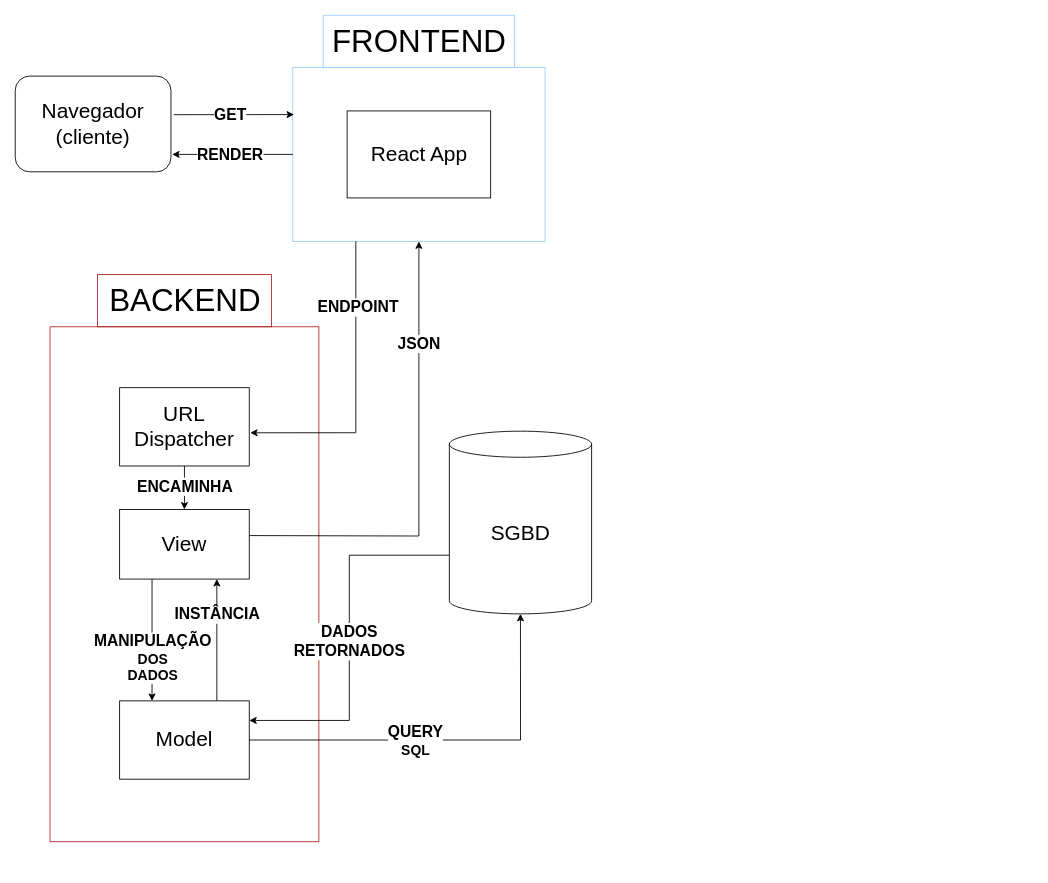
Lleusxam/caderneta-virtual keeps this draw.io diagram as docs/cvv-arquitetura.drawio. Above is the earlier version. Source tidied: cells renumbered, new cells numbered last; positions are measured from the earlier drawing's top-left corner, leaving out a move shared by most shapes. Both pictures are drawn from the tidied source at 87%, with x=0, y=0 at pixel (15, 15).
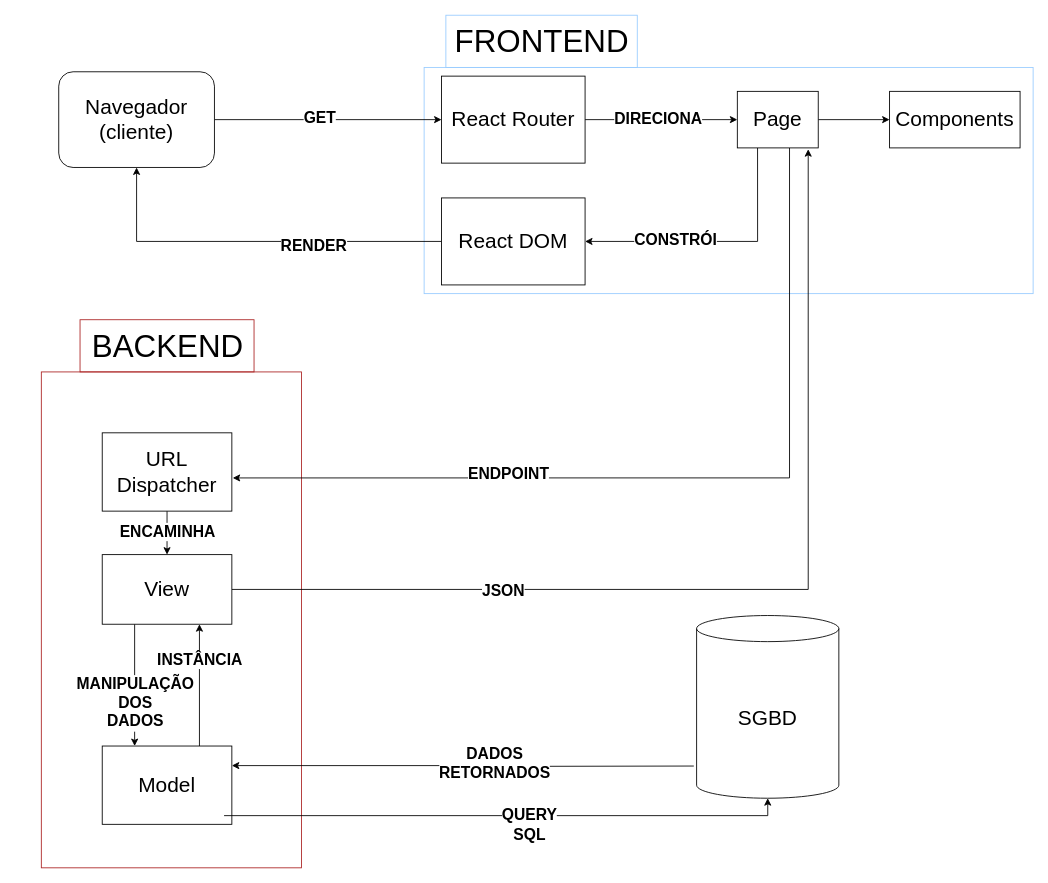
The same diagram, later.

Commit message (it also covers changes not shown here):
docs: reconstrução do diagrama arquitetural

The change refers to these unchanged cells:
```xml
<mxCell id="9" style="edgeStyle=orthogonalEdgeStyle;rounded=0;jettySize=auto;html=1;exitX=0.25;exitY=1;exitDx=0;exitDy=0;entryX=0.25;entryY=0;entryDx=0;entryDy=0;" parent="1" edge="1" source="13" target="16">
  <mxGeometry relative="1" as="geometry" />
</mxCell>
```

The edit, as a diff of the source:
```diff
@@
     <mxCell id="2" style="rounded=0;whiteSpace=wrap;html=1;strokeColor=#AC2525;" parent="1" vertex="1">
-      <mxGeometry x="40" y="358.1" width="309" height="591.9" as="geometry" />
+      <mxGeometry x="30" y="410" width="299" height="570" as="geometry" />
     </mxCell>
     <mxCell id="3" style="rounded=0;whiteSpace=wrap;html=1;strokeColor=#99CCFF;" parent="1" vertex="1">
-      <mxGeometry x="319" y="60" width="290" height="200" as="geometry" />
+      <mxGeometry x="470" y="60" width="700" height="260" as="geometry" />
     </mxCell>
+    <mxCell id="30" style="edgeStyle=orthogonalEdgeStyle;rounded=0;jettySize=auto;html=1;" parent="1" edge="1" source="4" target="5">
+      <mxGeometry relative="1" as="geometry" />
+    </mxCell>
+    <mxCell id="24" value="&lt;b&gt;&lt;font style=&quot;font-size: 18px;&quot;&gt;GET&lt;/font&gt;&lt;/b&gt;" style="edgeLabel;html=1;align=center;verticalAlign=middle;" parent="30" vertex="1">
+      <mxGeometry x="-0.08" y="3" relative="1" as="geometry" />
+    </mxCell>
     <mxCell id="4" value="&lt;span style=&quot;font-size: 24px;&quot;&gt;Navegador (cliente)&lt;/span&gt;" style="rounded=1;whiteSpace=wrap;html=1;" parent="1" vertex="1">
-      <mxGeometry y="70" width="179" height="110" as="geometry" />
+      <mxGeometry x="50" y="65" width="179" height="110" as="geometry" />
     </mxCell>
+    <mxCell id="31" style="edgeStyle=orthogonalEdgeStyle;rounded=0;jettySize=auto;html=1;entryX=0;entryY=0.5;entryDx=0;entryDy=0;" parent="1" edge="1" source="5" target="34">
+      <mxGeometry relative="1" as="geometry" />
+    </mxCell>
-    <mxCell id="5" value="&lt;font style=&quot;font-size: 24px;&quot;&gt;React App&lt;/font&gt;" style="rounded=0;whiteSpace=wrap;html=1;" parent="1" vertex="1">
-      <mxGeometry x="381.5" y="110" width="165" height="100" as="geometry" />
+    <mxCell id="5" value="&lt;span style=&quot;font-size: 24px;&quot;&gt;React Router&lt;/span&gt;" style="rounded=0;whiteSpace=wrap;html=1;" parent="1" vertex="1">
+      <mxGeometry x="490" y="70" width="165" height="100" as="geometry" />
     </mxCell>
@@
     <mxCell id="8" value="&lt;font style=&quot;font-size: 24px;&quot;&gt;URL Dispatcher&lt;/font&gt;" style="rounded=0;whiteSpace=wrap;html=1;fontStyle=0;" parent="1" vertex="1">
-      <mxGeometry x="120" y="428.1" width="149" height="90" as="geometry" />
+      <mxGeometry x="100" y="480" width="149" height="90" as="geometry" />
     </mxCell>
@@
-    <mxCell id="10" value="&lt;font style=&quot;font-size: 18px;&quot;&gt;MANIPULAÇÃO&lt;/font&gt;&lt;div&gt;&lt;font size=&quot;3&quot;&gt;DOS&lt;/font&gt;&lt;/div&gt;&lt;div&gt;&lt;font size=&quot;3&quot;&gt;DADOS&lt;/font&gt;&lt;/div&gt;" style="edgeLabel;html=1;align=center;verticalAlign=middle;fontStyle=1;" parent="9" vertex="1">
+    <mxCell id="10" value="&lt;span style=&quot;font-size: 18px;&quot;&gt;MANIPULAÇÃO&lt;/span&gt;&lt;div&gt;&lt;span style=&quot;font-size: 18px;&quot;&gt;DOS&lt;/span&gt;&lt;/div&gt;&lt;div&gt;&lt;span style=&quot;font-size: 18px;&quot;&gt;DADOS&lt;/span&gt;&lt;/div&gt;" style="edgeLabel;html=1;align=center;verticalAlign=middle;fontStyle=1;" parent="9" vertex="1">
       <mxGeometry x="-0.31" relative="1" as="geometry">
         <mxPoint y="42" as="offset" />
       </mxGeometry>
     </mxCell>
-    <mxCell id="11" style="edgeStyle=orthogonalEdgeStyle;rounded=0;jettySize=auto;html=1;entryX=0.5;entryY=1;entryDx=0;entryDy=0;" parent="1" edge="1" target="3">
-      <mxGeometry relative="1" as="geometry">
-        <mxPoint x="269" y="598.1" as="sourcePoint" />
-      </mxGeometry>
+    <mxCell id="11" style="edgeStyle=orthogonalEdgeStyle;rounded=0;jettySize=auto;html=1;entryX=0.876;entryY=1.024;entryDx=0;entryDy=0;exitX=1;exitY=0.5;exitDx=0;exitDy=0;entryPerimeter=0;" parent="1" edge="1" source="13" target="34">
+      <mxGeometry relative="1" as="geometry" />
     </mxCell>
     <mxCell id="12" value="&lt;font style=&quot;font-size: 18px;&quot;&gt;JSON&lt;/font&gt;" style="edgeLabel;html=1;align=center;verticalAlign=middle;fontStyle=1;" parent="11" vertex="1">
-      <mxGeometry x="0.56" y="1" relative="1" as="geometry" />
+      <mxGeometry x="0.56" y="1" relative="1" as="geometry">
+        <mxPoint x="-350" y="250" as="offset" />
+      </mxGeometry>
     </mxCell>
     <mxCell id="13" value="&lt;font style=&quot;font-size: 24px;&quot;&gt;View&lt;/font&gt;" style="rounded=0;whiteSpace=wrap;html=1;" parent="1" vertex="1">
-      <mxGeometry x="120" y="568.1" width="149" height="80" as="geometry" />
+      <mxGeometry x="100" y="620" width="149" height="80" as="geometry" />
     </mxCell>
@@
     <mxCell id="16" value="&lt;font style=&quot;font-size: 24px;&quot;&gt;Model&lt;/font&gt;" style="rounded=0;whiteSpace=wrap;html=1;" parent="1" vertex="1">
-      <mxGeometry x="120" y="788.1" width="149" height="90" as="geometry" />
+      <mxGeometry x="100" y="840" width="149" height="90" as="geometry" />
     </mxCell>
-    <mxCell id="17" style="edgeStyle=orthogonalEdgeStyle;rounded=0;jettySize=auto;html=1;exitX=-0.002;exitY=0.679;exitDx=0;exitDy=0;exitPerimeter=0;entryX=1;entryY=0.25;entryDx=0;entryDy=0;" parent="1" edge="1" source="19" target="16">
-      <mxGeometry relative="1" as="geometry" />
+    <mxCell id="17" style="edgeStyle=orthogonalEdgeStyle;rounded=0;jettySize=auto;html=1;entryX=1;entryY=0.25;entryDx=0;entryDy=0;" parent="1" edge="1" target="16">
+      <mxGeometry relative="1" as="geometry">
+        <mxPoint x="780" y="863" as="sourcePoint" />
+      </mxGeometry>
     </mxCell>
     <mxCell id="18" value="&lt;span style=&quot;font-size: 18px;&quot;&gt;DADOS&lt;/span&gt;&lt;div&gt;&lt;span style=&quot;font-size: 18px;&quot;&gt;RETORNADOS&lt;/span&gt;&lt;/div&gt;" style="edgeLabel;html=1;align=center;verticalAlign=middle;fontStyle=1;" parent="17" vertex="1">
       <mxGeometry x="0.08" y="-1" relative="1" as="geometry">
-        <mxPoint y="-14" as="offset" />
+        <mxPoint x="56" y="-2" as="offset" />
       </mxGeometry>
     </mxCell>
     <mxCell id="19" value="&lt;font style=&quot;font-size: 24px;&quot;&gt;SGBD&lt;/font&gt;" style="shape=cylinder3;whiteSpace=wrap;html=1;boundedLbl=1;backgroundOutline=1;size=15;" parent="1" vertex="1">
-      <mxGeometry x="499" y="478.1" width="163.5" height="210" as="geometry" />
+      <mxGeometry x="783.2" y="690" width="163.5" height="210" as="geometry" />
     </mxCell>
     <mxCell id="20" value="&lt;font style=&quot;font-size: 36px;&quot;&gt;FRONTEND&lt;/font&gt;" style="text;html=1;align=center;verticalAlign=middle;strokeColor=#99CCFF;fillColor=none;" parent="1" vertex="1">
-      <mxGeometry x="354" width="220" height="60" as="geometry" />
+      <mxGeometry x="495" width="220" height="60" as="geometry" />
     </mxCell>
-    <mxCell id="21" style="edgeStyle=orthogonalEdgeStyle;rounded=0;jettySize=auto;html=1;entryX=0.5;entryY=1;entryDx=0;entryDy=0;entryPerimeter=0;" parent="1" edge="1" source="16" target="19">
+    <mxCell id="21" style="edgeStyle=orthogonalEdgeStyle;rounded=0;jettySize=auto;html=1;entryX=0.5;entryY=1;entryDx=0;entryDy=0;entryPerimeter=0;exitX=0.94;exitY=0.889;exitDx=0;exitDy=0;exitPerimeter=0;" parent="1" edge="1" source="16" target="19">
       <mxGeometry relative="1" as="geometry" />
     </mxCell>
-    <mxCell id="22" value="&lt;font style=&quot;font-size: 18px;&quot;&gt;QUERY&lt;/font&gt;&lt;div&gt;&lt;font size=&quot;3&quot;&gt;SQL&lt;/font&gt;&lt;/div&gt;" style="edgeLabel;html=1;align=center;verticalAlign=middle;fontStyle=1;" parent="21" vertex="1">
-      <mxGeometry x="-0.43" y="1" relative="1" as="geometry">
-        <mxPoint x="60" y="1" as="offset" />
-      </mxGeometry>
-    </mxCell>
-    <mxCell id="23" style="edgeStyle=orthogonalEdgeStyle;rounded=0;jettySize=auto;html=1;entryX=0.005;entryY=0.271;entryDx=0;entryDy=0;entryPerimeter=0;exitX=1.018;exitY=0.403;exitDx=0;exitDy=0;exitPerimeter=0;" parent="1" edge="1" source="4" target="3">
-      <mxGeometry relative="1" as="geometry" />
-    </mxCell>
-    <mxCell id="24" value="&lt;font style=&quot;font-size: 18px;&quot;&gt;GET&lt;/font&gt;" style="edgeLabel;html=1;align=center;verticalAlign=middle;fontStyle=1;" parent="23" vertex="1">
-      <mxGeometry x="-0.07" relative="1" as="geometry" />
-    </mxCell>
-    <mxCell id="25" style="edgeStyle=orthogonalEdgeStyle;rounded=0;jettySize=auto;html=1;entryX=1.008;entryY=0.818;entryDx=0;entryDy=0;entryPerimeter=0;" parent="1" edge="1" source="3" target="4">
-      <mxGeometry relative="1" as="geometry" />
-    </mxCell>
-    <mxCell id="26" value="&lt;font style=&quot;font-size: 18px;&quot;&gt;RENDER&lt;/font&gt;" style="edgeLabel;html=1;align=center;verticalAlign=middle;fontStyle=1;" parent="25" vertex="1">
-      <mxGeometry x="0.06" y="1" relative="1" as="geometry" />
-    </mxCell>
     <mxCell id="27" value="&lt;span style=&quot;font-size: 36px;&quot;&gt;BACKEND&lt;/span&gt;" style="text;html=1;align=center;verticalAlign=middle;strokeColor=#AC2525;fillColor=none;" parent="1" vertex="1">
-      <mxGeometry x="94.5" y="298.1" width="200" height="60" as="geometry" />
+      <mxGeometry x="74.5" y="350" width="200" height="60" as="geometry" />
     </mxCell>
-    <mxCell id="28" style="edgeStyle=orthogonalEdgeStyle;rounded=0;jettySize=auto;html=1;exitX=0.25;exitY=1;exitDx=0;exitDy=0;entryX=1.007;entryY=0.576;entryDx=0;entryDy=0;entryPerimeter=0;" parent="1" edge="1" source="3" target="8">
+    <mxCell id="28" style="edgeStyle=orthogonalEdgeStyle;rounded=0;jettySize=auto;html=1;exitX=0.645;exitY=1;exitDx=0;exitDy=0;entryX=1.007;entryY=0.576;entryDx=0;entryDy=0;entryPerimeter=0;exitPerimeter=0;" parent="1" edge="1" source="34" target="8">
       <mxGeometry relative="1" as="geometry" />
     </mxCell>
     <mxCell id="29" value="&lt;font style=&quot;font-size: 18px;&quot;&gt;ENDPOINT&lt;/font&gt;" style="edgeLabel;html=1;align=center;verticalAlign=middle;fontStyle=1;" parent="28" vertex="1">
-      <mxGeometry x="-0.56" y="2" relative="1" as="geometry" />
+      <mxGeometry x="-0.56" y="2" relative="1" as="geometry">
+        <mxPoint x="-325" y="151" as="offset" />
+      </mxGeometry>
     </mxCell>
+    <mxCell id="32" style="edgeStyle=orthogonalEdgeStyle;rounded=0;jettySize=auto;html=1;exitX=1;exitY=0.5;exitDx=0;exitDy=0;" parent="1" edge="1" source="34" target="35">
+      <mxGeometry relative="1" as="geometry" />
+    </mxCell>
+    <mxCell id="33" style="edgeStyle=orthogonalEdgeStyle;rounded=0;jettySize=auto;html=1;exitX=0.25;exitY=1;exitDx=0;exitDy=0;entryX=1;entryY=0.5;entryDx=0;entryDy=0;" parent="1" edge="1" source="34" target="38">
+      <mxGeometry relative="1" as="geometry" />
+    </mxCell>
+    <mxCell id="34" value="&lt;span style=&quot;font-size: 24px;&quot;&gt;Page&lt;/span&gt;" style="rounded=0;whiteSpace=wrap;html=1;" parent="1" vertex="1">
+      <mxGeometry x="830" y="87.5" width="93" height="65" as="geometry" />
+    </mxCell>
+    <mxCell id="35" value="&lt;span style=&quot;font-size: 24px;&quot;&gt;Components&lt;/span&gt;" style="rounded=0;whiteSpace=wrap;html=1;" parent="1" vertex="1">
+      <mxGeometry x="1005" y="87.5" width="150" height="65" as="geometry" />
+    </mxCell>
+    <mxCell id="36" value="&lt;span style=&quot;font-size: 18px;&quot;&gt;DIRECIONA&lt;/span&gt;" style="edgeLabel;html=1;align=center;verticalAlign=middle;fontStyle=1;" parent="1" vertex="1">
+      <mxGeometry x="730" y="120" as="geometry">
+        <mxPoint x="8" y="-2" as="offset" />
+      </mxGeometry>
+    </mxCell>
+    <mxCell id="37" style="edgeStyle=orthogonalEdgeStyle;rounded=0;jettySize=auto;html=1;exitX=0;exitY=0.5;exitDx=0;exitDy=0;entryX=0.5;entryY=1;entryDx=0;entryDy=0;" parent="1" edge="1" source="38" target="4">
+      <mxGeometry relative="1" as="geometry" />
+    </mxCell>
+    <mxCell id="38" value="&lt;span style=&quot;font-size: 24px;&quot;&gt;React DOM&lt;/span&gt;" style="rounded=0;whiteSpace=wrap;html=1;" parent="1" vertex="1">
+      <mxGeometry x="490" y="210" width="165" height="100" as="geometry" />
+    </mxCell>
+    <mxCell id="39" value="&lt;span style=&quot;font-size: 18px;&quot;&gt;CONSTRÓI&lt;/span&gt;" style="edgeLabel;html=1;align=center;verticalAlign=middle;fontStyle=1;" parent="1" vertex="1">
+      <mxGeometry x="750" y="260" as="geometry">
+        <mxPoint x="8" y="-2" as="offset" />
+      </mxGeometry>
+    </mxCell>
+    <mxCell id="26" value="&lt;span style=&quot;font-size: 18px;&quot;&gt;&lt;b&gt;RENDER&lt;/b&gt;&lt;/span&gt;" style="edgeLabel;html=1;align=center;verticalAlign=middle;" parent="1" vertex="1">
+      <mxGeometry x="360" y="270" as="geometry">
+        <mxPoint x="-18" y="-6" as="offset" />
+      </mxGeometry>
+    </mxCell>
+    <mxCell id="22" value="&lt;span style=&quot;font-size: 18px;&quot;&gt;QUERY&lt;/span&gt;&lt;div&gt;&lt;span style=&quot;font-size: 18px;&quot;&gt;SQL&lt;/span&gt;&lt;/div&gt;" style="edgeLabel;html=1;align=center;verticalAlign=middle;fontStyle=1;" parent="1" vertex="1">
+      <mxGeometry x="590" y="930" as="geometry" />
+    </mxCell>
```
